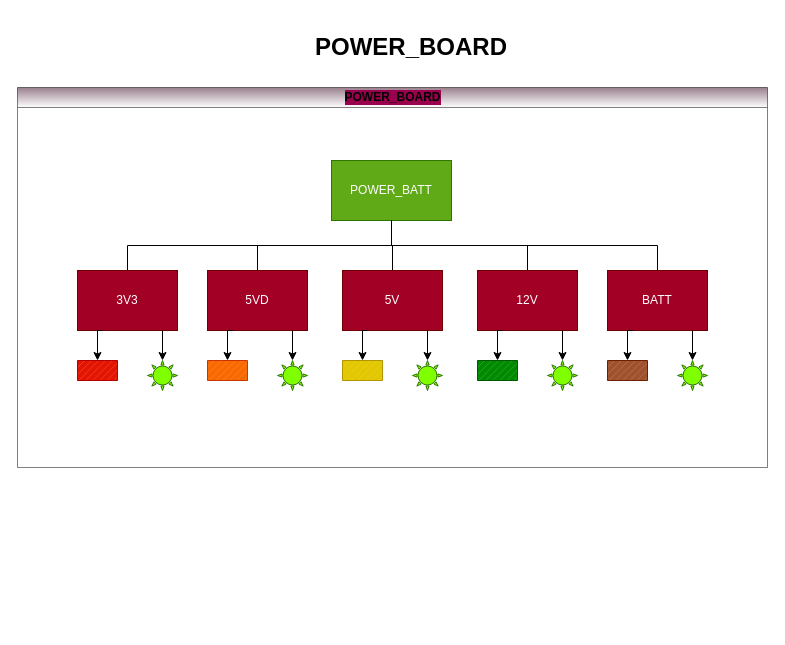
This is page "POWER BOARD" (3 of 4) of CubElec.drawio from f4deb/draw-io, a draw.io file, before an edit. Source tidied: cells renumbered, new cells numbered last; positions are measured from the earlier drawing's top-left corner, leaving out a move shared by most shapes. Both pictures are drawn from the tidied source at 100%, with x=0, y=0 at pixel (17, 37).
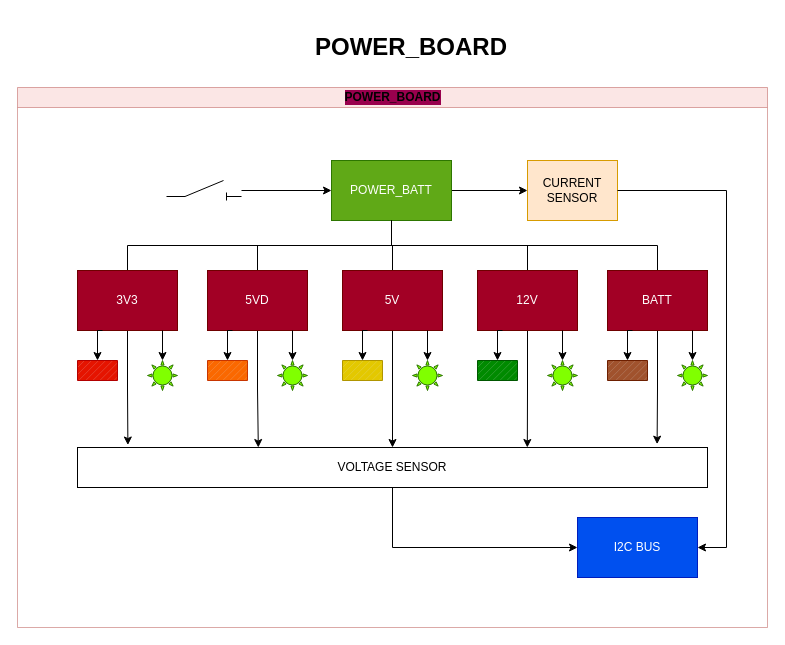
Above is the later version.

Unchanged cells that the change refers to:
```xml
<mxCell id="5" value="POWER_BATT" style="whiteSpace=wrap;html=1;align=center;newEdgeStyle={&quot;edgeStyle&quot;:&quot;elbowEdgeStyle&quot;,&quot;startArrow&quot;:&quot;none&quot;,&quot;endArrow&quot;:&quot;none&quot;};fillColor=#60a917;strokeColor=#2D7600;fontColor=#ffffff;" parent="2" vertex="1">
  <mxGeometry x="314" y="73" width="120" height="60" as="geometry" />
</mxCell>
<mxCell id="6" value="3V3" style="whiteSpace=wrap;html=1;align=center;verticalAlign=middle;newEdgeStyle={&quot;edgeStyle&quot;:&quot;elbowEdgeStyle&quot;,&quot;startArrow&quot;:&quot;none&quot;,&quot;endArrow&quot;:&quot;none&quot;};fillColor=#a20025;strokeColor=#6F0000;fontColor=#ffffff;" parent="2" vertex="1">
  <mxGeometry x="60" y="183" width="100" height="60" as="geometry" />
</mxCell>
<mxCell id="7" value="5VD" style="whiteSpace=wrap;html=1;align=center;verticalAlign=middle;newEdgeStyle={&quot;edgeStyle&quot;:&quot;elbowEdgeStyle&quot;,&quot;startArrow&quot;:&quot;none&quot;,&quot;endArrow&quot;:&quot;none&quot;};fillColor=#a20025;strokeColor=#6F0000;fontColor=#ffffff;" parent="2" vertex="1">
  <mxGeometry x="190" y="183" width="100" height="60" as="geometry" />
</mxCell>
<mxCell id="9" value="5V" style="whiteSpace=wrap;html=1;align=center;verticalAlign=middle;newEdgeStyle={&quot;edgeStyle&quot;:&quot;elbowEdgeStyle&quot;,&quot;startArrow&quot;:&quot;none&quot;,&quot;endArrow&quot;:&quot;none&quot;};fillColor=#a20025;strokeColor=#6F0000;fontColor=#ffffff;" parent="2" vertex="1">
  <mxGeometry x="325" y="183" width="100" height="60" as="geometry" />
</mxCell>
<mxCell id="11" value="12V" style="whiteSpace=wrap;html=1;align=center;verticalAlign=middle;newEdgeStyle={&quot;edgeStyle&quot;:&quot;elbowEdgeStyle&quot;,&quot;startArrow&quot;:&quot;none&quot;,&quot;endArrow&quot;:&quot;none&quot;};fillColor=#a20025;strokeColor=#6F0000;fontColor=#ffffff;" parent="2" vertex="1">
  <mxGeometry x="460" y="183" width="100" height="60" as="geometry" />
</mxCell>
<mxCell id="13" value="BATT" style="whiteSpace=wrap;html=1;align=center;verticalAlign=middle;newEdgeStyle={&quot;edgeStyle&quot;:&quot;elbowEdgeStyle&quot;,&quot;startArrow&quot;:&quot;none&quot;,&quot;endArrow&quot;:&quot;none&quot;};fillColor=#a20025;strokeColor=#6F0000;fontColor=#ffffff;" parent="2" vertex="1">
  <mxGeometry x="590" y="183" width="100" height="60" as="geometry" />
</mxCell>
```

What changed in the source:
```diff
@@
-    <mxCell id="2" value="POWER_BOARD" style="swimlane;html=1;startSize=20;horizontal=1;containerType=tree;newEdgeStyle={&quot;edgeStyle&quot;:&quot;elbowEdgeStyle&quot;,&quot;startArrow&quot;:&quot;none&quot;,&quot;endArrow&quot;:&quot;none&quot;};rounded=0;labelBackgroundColor=#99004D;fillColor=#33001A;gradientColor=#ffffff;opacity=50;" parent="1" vertex="1">
-      <mxGeometry y="50" width="750" height="380" as="geometry" />
+    <mxCell id="2" value="POWER_BOARD" style="swimlane;html=1;startSize=20;horizontal=1;containerType=tree;newEdgeStyle={&quot;edgeStyle&quot;:&quot;elbowEdgeStyle&quot;,&quot;startArrow&quot;:&quot;none&quot;,&quot;endArrow&quot;:&quot;none&quot;};rounded=0;labelBackgroundColor=#99004D;opacity=50;fillColor=#f8cecc;strokeColor=#b85450;" parent="1" vertex="1">
+      <mxGeometry y="50" width="750" height="540" as="geometry" />
     </mxCell>
@@
+    <mxCell id="35" style="edgeStyle=orthogonalEdgeStyle;rounded=0;jettySize=auto;html=1;entryX=0;entryY=0.5;entryDx=0;entryDy=0;" parent="2" edge="1" source="5" target="43">
+      <mxGeometry relative="1" as="geometry" />
+    </mxCell>
@@
+    <mxCell id="36" style="edgeStyle=orthogonalEdgeStyle;rounded=0;jettySize=auto;html=1;entryX=0.08;entryY=-0.062;entryDx=0;entryDy=0;entryPerimeter=0;" parent="2" edge="1" source="6" target="45">
+      <mxGeometry relative="1" as="geometry" />
+    </mxCell>
@@
+    <mxCell id="37" style="edgeStyle=orthogonalEdgeStyle;rounded=0;jettySize=auto;html=1;exitX=0.5;exitY=1;exitDx=0;exitDy=0;entryX=0.287;entryY=0;entryDx=0;entryDy=0;entryPerimeter=0;" parent="2" edge="1" source="7" target="45">
+      <mxGeometry relative="1" as="geometry" />
+    </mxCell>
@@
+    <mxCell id="38" style="edgeStyle=orthogonalEdgeStyle;rounded=0;jettySize=auto;html=1;" parent="2" edge="1" source="9" target="45">
+      <mxGeometry relative="1" as="geometry" />
+    </mxCell>
@@
+    <mxCell id="39" style="edgeStyle=orthogonalEdgeStyle;rounded=0;jettySize=auto;html=1;entryX=0.714;entryY=0;entryDx=0;entryDy=0;entryPerimeter=0;" parent="2" edge="1" source="11" target="45">
+      <mxGeometry relative="1" as="geometry" />
+    </mxCell>
@@
+    <mxCell id="40" style="edgeStyle=orthogonalEdgeStyle;rounded=0;jettySize=auto;html=1;entryX=0.92;entryY=-0.083;entryDx=0;entryDy=0;entryPerimeter=0;" parent="2" edge="1" source="13" target="45">
+      <mxGeometry relative="1" as="geometry" />
+    </mxCell>
@@
+    <mxCell id="41" style="edgeStyle=orthogonalEdgeStyle;rounded=0;jettySize=auto;html=1;entryX=0;entryY=0.5;entryDx=0;entryDy=0;" parent="2" edge="1" source="42" target="5">
+      <mxGeometry relative="1" as="geometry" />
+    </mxCell>
+    <mxCell id="42" style="verticalLabelPosition=bottom;shadow=0;dashed=0;align=center;html=1;verticalAlign=top;shape=mxgraph.electrical.electro-mechanical.isolator;" parent="2" vertex="1">
+      <mxGeometry x="149" y="93" width="75" height="20" as="geometry" />
+    </mxCell>
+    <mxCell id="43" value="&lt;div&gt;CURRENT&lt;/div&gt;&lt;div&gt;SENSOR&lt;br&gt;&lt;/div&gt;" style="rounded=0;whiteSpace=wrap;html=1;fillColor=#ffe6cc;strokeColor=#d79b00;" parent="2" vertex="1">
+      <mxGeometry x="510" y="73" width="90" height="60" as="geometry" />
+    </mxCell>
+    <mxCell id="44" style="edgeStyle=orthogonalEdgeStyle;rounded=0;jettySize=auto;html=1;entryX=0;entryY=0.5;entryDx=0;entryDy=0;" parent="2" edge="1" source="45" target="46">
+      <mxGeometry relative="1" as="geometry" />
+    </mxCell>
+    <mxCell id="45" value="VOLTAGE SENSOR" style="rounded=0;whiteSpace=wrap;html=1;" parent="2" vertex="1">
+      <mxGeometry x="60" y="360" width="630" height="40" as="geometry" />
+    </mxCell>
+    <mxCell id="46" value="I2C BUS" style="rounded=0;whiteSpace=wrap;html=1;fillColor=#0050ef;fontColor=#ffffff;strokeColor=#001DBC;" parent="2" vertex="1">
+      <mxGeometry x="560" y="430" width="120" height="60" as="geometry" />
+    </mxCell>
+    <mxCell id="47" style="edgeStyle=orthogonalEdgeStyle;rounded=0;jettySize=auto;html=1;entryX=1;entryY=0.5;entryDx=0;entryDy=0;" parent="2" edge="1" source="43" target="46">
+      <mxGeometry relative="1" as="geometry">
+        <Array as="points">
+          <mxPoint x="709" y="103" />
+          <mxPoint x="709" y="460" />
+        </Array>
+      </mxGeometry>
+    </mxCell>
```
